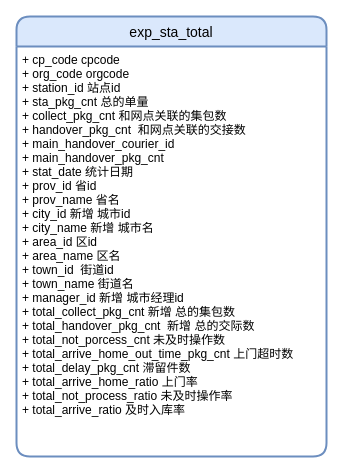
This is 站点数据表.drawio from stevesgit/ReadingNotes, a draw.io file, before an edit. Source tidied: cells renumbered, new cells numbered last; positions are measured from the earlier drawing's top-left corner, leaving out a move shared by most shapes. Both pictures are drawn from the tidied source at 100%, with x=0, y=0 at pixel (16, 16).
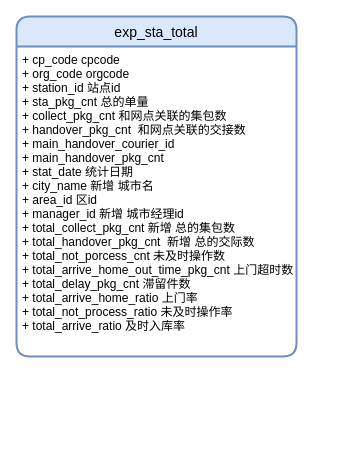
After the change.

Commit message:
Update 站点数据表.drawio

Change to the diagram source:
```diff
@@
 <mxGraphModel>
   <root>
     <mxCell id="0" />
     <mxCell id="1" parent="0" />
     <mxCell id="2" value="exp_sta_total" style="swimlane;horizontal=1;startSize=30;rounded=1;fontSize=14;fontStyle=0;strokeWidth=2;shadow=0;dashed=0;align=center;fillColor=#dae8fc;strokeColor=#6c8ebf;" parent="1" vertex="1">
-      <mxGeometry width="310" height="440" as="geometry" />
+      <mxGeometry width="280" height="340" as="geometry" />
     </mxCell>
-    <mxCell id="3" value="+ cp_code cpcode&#10;+ org_code orgcode&#10;+ station_id 站点id&#10;+ sta_pkg_cnt 总的单量&#10;+ collect_pkg_cnt 和网点关联的集包数&#10;+ handover_pkg_cnt  和网点关联的交接数&#10;+ main_handover_courier_id &#10;+ main_handover_pkg_cnt&#10;+ stat_date 统计日期&#10;+ prov_id 省id&#10;+ prov_name 省名&#10;+ city_id 新增 城市id&#10;+ city_name 新增 城市名&#10;+ area_id 区id&#10;+ area_name 区名&#10;+ town_id  街道id&#10;+ town_name 街道名&#10;+ manager_id 新增 城市经理id&#10;+ total_collect_pkg_cnt 新增 总的集包数&#10;+ total_handover_pkg_cnt  新增 总的交际数&#10;+ total_not_porcess_cnt 未及时操作数&#10;+ total_arrive_home_out_time_pkg_cnt 上门超时数&#10;+ total_delay_pkg_cnt 滞留件数&#10;+ total_arrive_home_ratio 上门率&#10;+ total_not_process_ratio 未及时操作率&#10;+ total_arrive_ratio 及时入库率&#10;" style="align=left;strokeColor=none;fillColor=none;spacingLeft=4;fontSize=12;verticalAlign=top;" parent="2" vertex="1">
-      <mxGeometry y="30" width="310" height="410" as="geometry" />
+    <mxCell id="3" value="+ cp_code cpcode&#10;+ org_code orgcode&#10;+ station_id 站点id&#10;+ sta_pkg_cnt 总的单量&#10;+ collect_pkg_cnt 和网点关联的集包数&#10;+ handover_pkg_cnt  和网点关联的交接数&#10;+ main_handover_courier_id &#10;+ main_handover_pkg_cnt&#10;+ stat_date 统计日期&#10;+ city_name 新增 城市名&#10;+ area_id 区id&#10;+ manager_id 新增 城市经理id&#10;+ total_collect_pkg_cnt 新增 总的集包数&#10;+ total_handover_pkg_cnt  新增 总的交际数&#10;+ total_not_porcess_cnt 未及时操作数&#10;+ total_arrive_home_out_time_pkg_cnt 上门超时数&#10;+ total_delay_pkg_cnt 滞留件数&#10;+ total_arrive_home_ratio 上门率&#10;+ total_not_process_ratio 未及时操作率&#10;+ total_arrive_ratio 及时入库率&#10;" style="align=left;strokeColor=none;fillColor=none;spacingLeft=4;fontSize=12;verticalAlign=top;" parent="2" vertex="1">
+      <mxGeometry y="30" width="280" height="310" as="geometry" />
     </mxCell>
   </root>
 </mxGraphModel>
```
